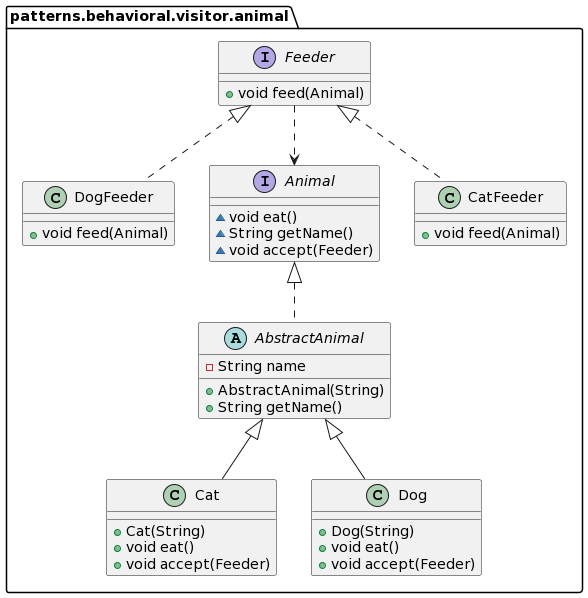
The PlantUML diagram umls/behavioral/VisitorUML.png in MertBaran/Design-Patterns, before a commit. Source of this version:
```plantuml
@startuml
class patterns.behavioral.visitor.animal.Cat {
+ Cat(String)
+ void eat()
+ void accept(Feeder)
}
interface patterns.behavioral.visitor.animal.Feeder {
+ void feed(Animal)
}
class patterns.behavioral.visitor.animal.Dog {
+ Dog(String)
+ void eat()
+ void accept(Feeder)
}
abstract class patterns.behavioral.visitor.animal.AbstractAnimal {
- String name
+ AbstractAnimal(String)
+ String getName()
}
class patterns.behavioral.visitor.animal.DogFeeder {
+ void feed(Animal)
}
interface patterns.behavioral.visitor.animal.Animal {
~ void eat()
~ String getName()
~ void accept(Feeder)
}
class patterns.behavioral.visitor.animal.CatFeeder {
+ void feed(Animal)
}
patterns.behavioral.visitor.animal.Feeder ..> patterns.behavioral.visitor.animal.Animal
patterns.behavioral.visitor.animal.AbstractAnimal <|-- patterns.behavioral.visitor.animal.Cat
patterns.behavioral.visitor.animal.AbstractAnimal <|-- patterns.behavioral.visitor.animal.Dog
patterns.behavioral.visitor.animal.Animal <|.. patterns.behavioral.visitor.animal.AbstractAnimal
patterns.behavioral.visitor.animal.Feeder <|.. patterns.behavioral.visitor.animal.DogFeeder
patterns.behavioral.visitor.animal.Feeder <|.. patterns.behavioral.visitor.animal.CatFeeder
@enduml
```
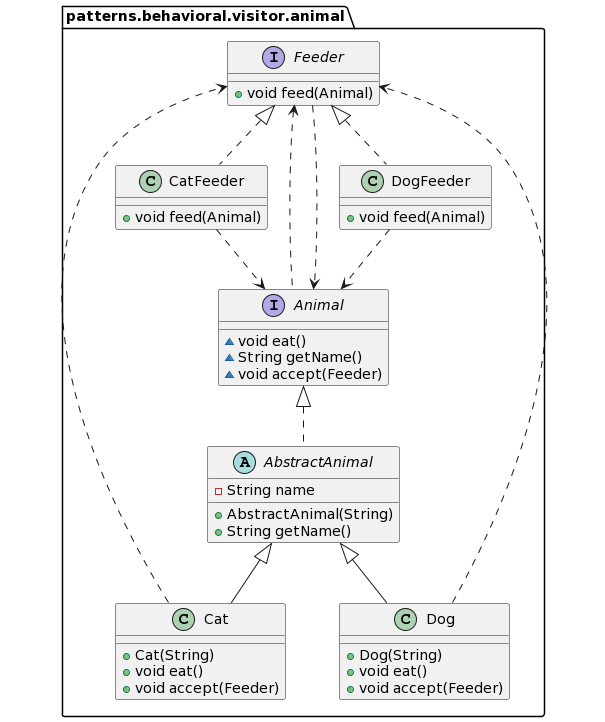
After the commit.

What changed in the source:
```diff
@@ -28,7 +28,12 @@
 class patterns.behavioral.visitor.animal.CatFeeder {
 + void feed(Animal)
 }
-patterns.behavioral.visitor.animal.Feeder ..> patterns.behavioral.visitor.animal.Animal
+patterns.behavioral.visitor.animal.Feeder <. patterns.behavioral.visitor.animal.Animal
+patterns.behavioral.visitor.animal.Feeder .> patterns.behavioral.visitor.animal.Animal
+patterns.behavioral.visitor.animal.Cat ..> patterns.behavioral.visitor.animal.Feeder
+patterns.behavioral.visitor.animal.Dog ..> patterns.behavioral.visitor.animal.Feeder
+patterns.behavioral.visitor.animal.CatFeeder ..> patterns.behavioral.visitor.animal.Animal
+patterns.behavioral.visitor.animal.DogFeeder ..> patterns.behavioral.visitor.animal.Animal
 patterns.behavioral.visitor.animal.AbstractAnimal <|-- patterns.behavioral.visitor.animal.Cat
 patterns.behavioral.visitor.animal.AbstractAnimal <|-- patterns.behavioral.visitor.animal.Dog
 patterns.behavioral.visitor.animal.Animal <|.. patterns.behavioral.visitor.animal.AbstractAnimal
```
